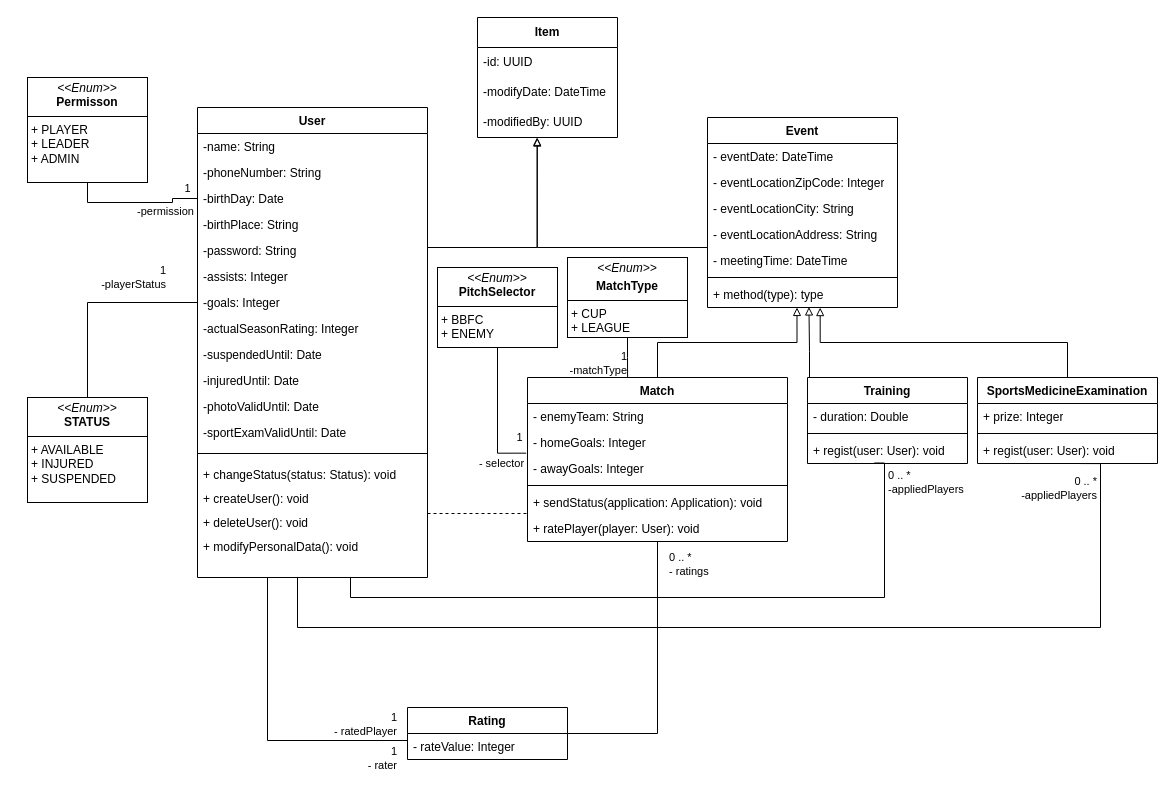
rigopeti96/bbfc_app keeps this draw.io diagram as uml/bbfc_app.drawio. Above is the earlier version. Source tidied: cells renumbered, new cells numbered last; positions are measured from the earlier drawing's top-left corner, leaving out a move shared by most shapes. Both pictures are drawn from the tidied source at 100%, with x=0, y=0 at pixel (27, 17).
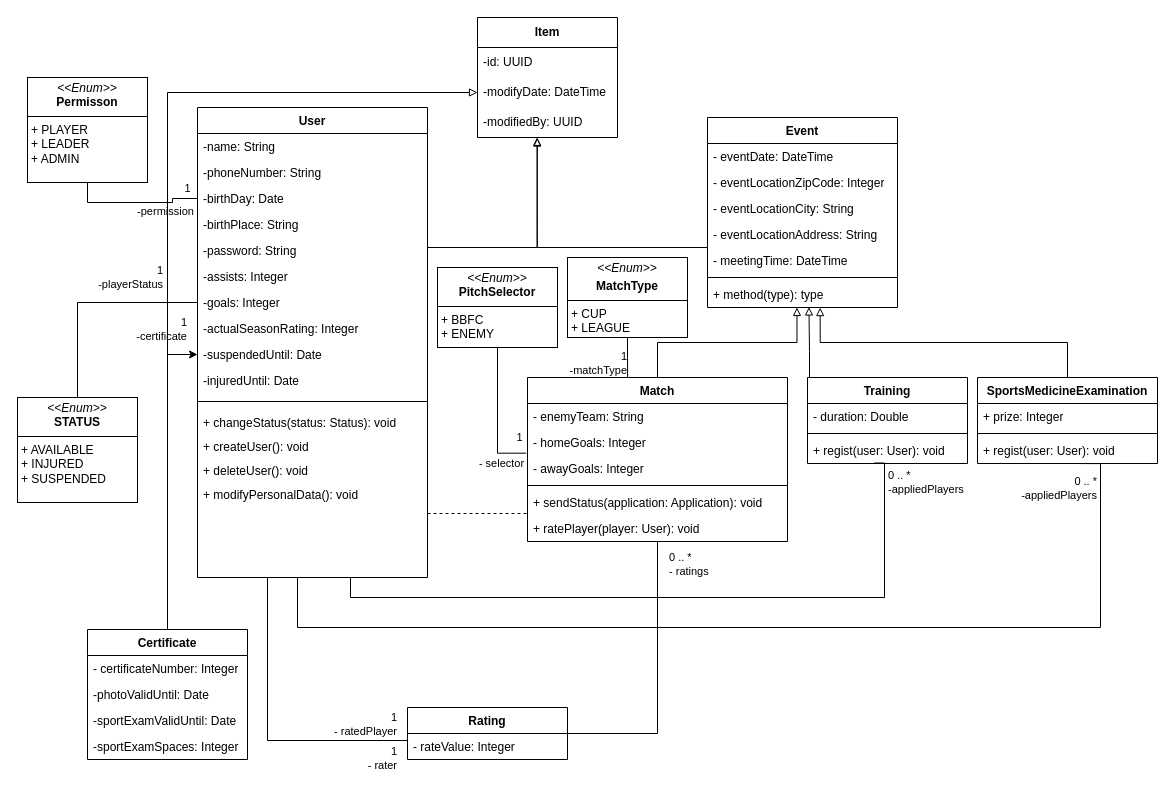
The same diagram, later.

Commit message (it also covers changes not shown here):
uml modified new item and page added

Unchanged cells that the change refers to:
```xml
<mxCell id="6" value="User&#10;" style="swimlane;fontStyle=1;align=center;verticalAlign=top;horizontal=1;startSize=26;rounded=0;shadow=0;strokeWidth=1;" parent="1" vertex="1">
  <mxGeometry x="170" y="90" width="230" height="470" as="geometry" />
</mxCell>
<mxCell id="15" value="-suspendedUntil: Date&#10;" style="text;align=left;verticalAlign=top;spacingLeft=4;spacingRight=4;overflow=hidden;points=[[0,0.5],[1,0.5]];portConstraint=eastwest;rounded=0;shadow=0;html=0;" parent="6" vertex="1">
  <mxGeometry y="234" width="230" height="26" as="geometry" />
</mxCell>
<mxCell id="26" value="-modifyDate: DateTime" style="text;strokeColor=none;fillColor=none;align=left;verticalAlign=middle;spacingLeft=4;spacingRight=4;overflow=hidden;points=[[0,0.5],[1,0.5]];portConstraint=eastwest;whiteSpace=wrap;html=1;" parent="24" vertex="1">
  <mxGeometry y="60" width="140" height="30" as="geometry" />
</mxCell>
```

Diff of the diagram source:
```diff
@@
-    <mxCell id="17" value="-photoValidUntil: Date&#10;" style="text;align=left;verticalAlign=top;spacingLeft=4;spacingRight=4;overflow=hidden;rounded=0;shadow=0;html=0;" parent="6" vertex="1">
-      <mxGeometry y="286" width="230" height="26" as="geometry" />
-    </mxCell>
-    <mxCell id="18" value="-sportExamValidUntil: Date&#10;" style="text;align=left;verticalAlign=top;spacingLeft=4;spacingRight=4;overflow=hidden;rounded=0;shadow=0;html=0;" parent="6" vertex="1">
-      <mxGeometry y="312" width="230" height="26" as="geometry" />
-    </mxCell>
     <mxCell id="19" style="line;html=1;strokeWidth=1;align=left;verticalAlign=middle;spacingTop=-1;spacingLeft=3;spacingRight=3;labelPosition=right;" parent="6" vertex="1">
-      <mxGeometry y="338" width="230" height="16" as="geometry" />
+      <mxGeometry y="286" width="230" height="16" as="geometry" />
     </mxCell>
     <mxCell id="20" value="+ changeStatus(status: Status): void" style="text;align=left;verticalAlign=top;spacingLeft=4;spacingRight=4;overflow=hidden;" parent="6" vertex="1">
-      <mxGeometry y="354" width="230" height="24" as="geometry" />
+      <mxGeometry y="302" width="230" height="24" as="geometry" />
     </mxCell>
     <mxCell id="21" value="+ createUser(): void" style="text;align=left;verticalAlign=top;spacingLeft=4;spacingRight=4;overflow=hidden;" parent="6" vertex="1">
-      <mxGeometry y="378" width="230" height="24" as="geometry" />
+      <mxGeometry y="326" width="230" height="24" as="geometry" />
     </mxCell>
     <mxCell id="22" value="+ deleteUser(): void" style="text;align=left;verticalAlign=top;spacingLeft=4;spacingRight=4;overflow=hidden;" parent="6" vertex="1">
-      <mxGeometry y="402" width="230" height="24" as="geometry" />
+      <mxGeometry y="350" width="230" height="24" as="geometry" />
     </mxCell>
     <mxCell id="23" value="+ modifyPersonalData(): void" style="text;align=left;verticalAlign=top;spacingLeft=4;spacingRight=4;overflow=hidden;" parent="6" vertex="1">
-      <mxGeometry y="426" width="230" height="24" as="geometry" />
+      <mxGeometry y="374" width="230" height="24" as="geometry" />
     </mxCell>
@@
     <mxCell id="72" value="&lt;p style=&quot;margin:0px;margin-top:4px;text-align:center;&quot;&gt;&lt;i&gt;&amp;lt;&amp;lt;Enum&amp;gt;&amp;gt;&lt;/i&gt;&lt;br&gt;&lt;b&gt;STATUS&lt;/b&gt;&lt;/p&gt;&lt;hr size=&quot;1&quot; style=&quot;border-style:solid;&quot;&gt;&lt;p style=&quot;margin:0px;margin-left:4px;&quot;&gt;+ AVAILABLE&lt;br&gt;+ INJURED&lt;/p&gt;&lt;p style=&quot;margin:0px;margin-left:4px;&quot;&gt;+ SUSPENDED&lt;/p&gt;" style="verticalAlign=top;align=left;overflow=fill;html=1;whiteSpace=wrap;" parent="1" vertex="1">
-      <mxGeometry y="380" width="120" height="105" as="geometry" />
+      <mxGeometry x="-10" y="380" width="120" height="105" as="geometry" />
     </mxCell>
@@
+    <mxCell id="80" style="edgeStyle=orthogonalEdgeStyle;rounded=0;jettySize=auto;html=1;entryX=0;entryY=0.5;entryDx=0;entryDy=0;" parent="1" edge="1" source="83" target="15">
+      <mxGeometry relative="1" as="geometry" />
+    </mxCell>
+    <mxCell id="81" value="1&lt;div&gt;-certificate&lt;/div&gt;" style="edgeLabel;html=1;align=right;verticalAlign=middle;" parent="80" vertex="1">
+      <mxGeometry x="0.41" y="2" relative="1" as="geometry">
+        <mxPoint x="22" y="-86" as="offset" />
+      </mxGeometry>
+    </mxCell>
+    <mxCell id="82" style="edgeStyle=orthogonalEdgeStyle;rounded=0;jettySize=auto;html=1;entryX=0;entryY=0.5;entryDx=0;entryDy=0;endArrow=block;endFill=0;" parent="1" edge="1" source="83" target="26">
+      <mxGeometry relative="1" as="geometry" />
+    </mxCell>
+    <mxCell id="83" value="Certificate&lt;div&gt;&lt;br&gt;&lt;/div&gt;" style="swimlane;fontStyle=1;align=center;verticalAlign=top;horizontal=1;startSize=26;whiteSpace=wrap;html=1;" parent="1" vertex="1">
+      <mxGeometry x="60" y="612" width="160" height="130" as="geometry" />
+    </mxCell>
+    <mxCell id="84" value="- certificateNumber: Integer" style="text;strokeColor=none;fillColor=none;align=left;verticalAlign=top;spacingLeft=4;spacingRight=4;overflow=hidden;whiteSpace=wrap;html=1;" parent="83" vertex="1">
+      <mxGeometry y="26" width="160" height="26" as="geometry" />
+    </mxCell>
+    <mxCell id="17" value="-photoValidUntil: Date&#10;" style="text;align=left;verticalAlign=top;spacingLeft=4;spacingRight=4;overflow=hidden;rounded=0;shadow=0;html=0;" parent="83" vertex="1">
+      <mxGeometry y="52" width="160" height="26" as="geometry" />
+    </mxCell>
+    <mxCell id="18" value="-sportExamValidUntil: Date&#10;" style="text;align=left;verticalAlign=top;spacingLeft=4;spacingRight=4;overflow=hidden;rounded=0;shadow=0;html=0;" parent="83" vertex="1">
+      <mxGeometry y="78" width="160" height="26" as="geometry" />
+    </mxCell>
+    <mxCell id="85" value="-sportExamSpaces: Integer&#10;" style="text;align=left;verticalAlign=top;spacingLeft=4;spacingRight=4;overflow=hidden;rounded=0;shadow=0;html=0;" parent="83" vertex="1">
+      <mxGeometry y="104" width="160" height="26" as="geometry" />
+    </mxCell>
```
